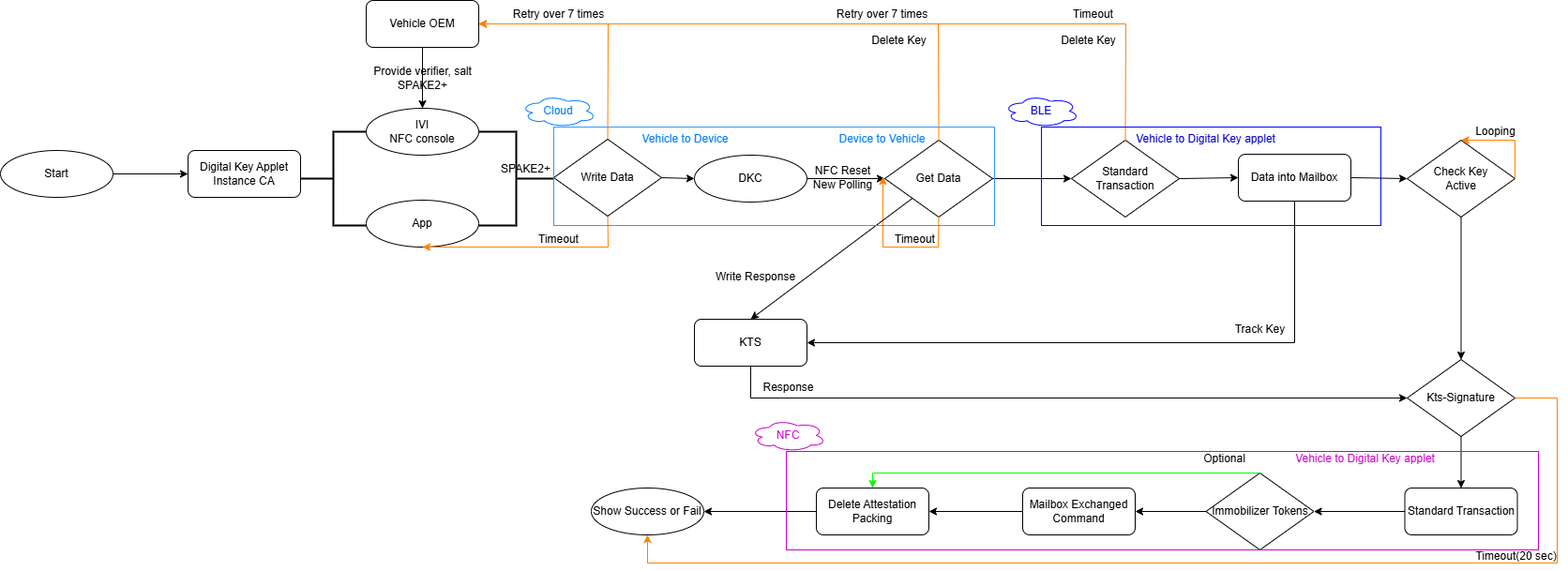
Before: Present_OwnerParing.drawio.png, a diagram exported from draw.io (LaurenHsu31/DKC). Source tidied: cells renumbered, new cells last; positions are measured from the earlier drawing's top-left corner, leaving out a move shared by most shapes.
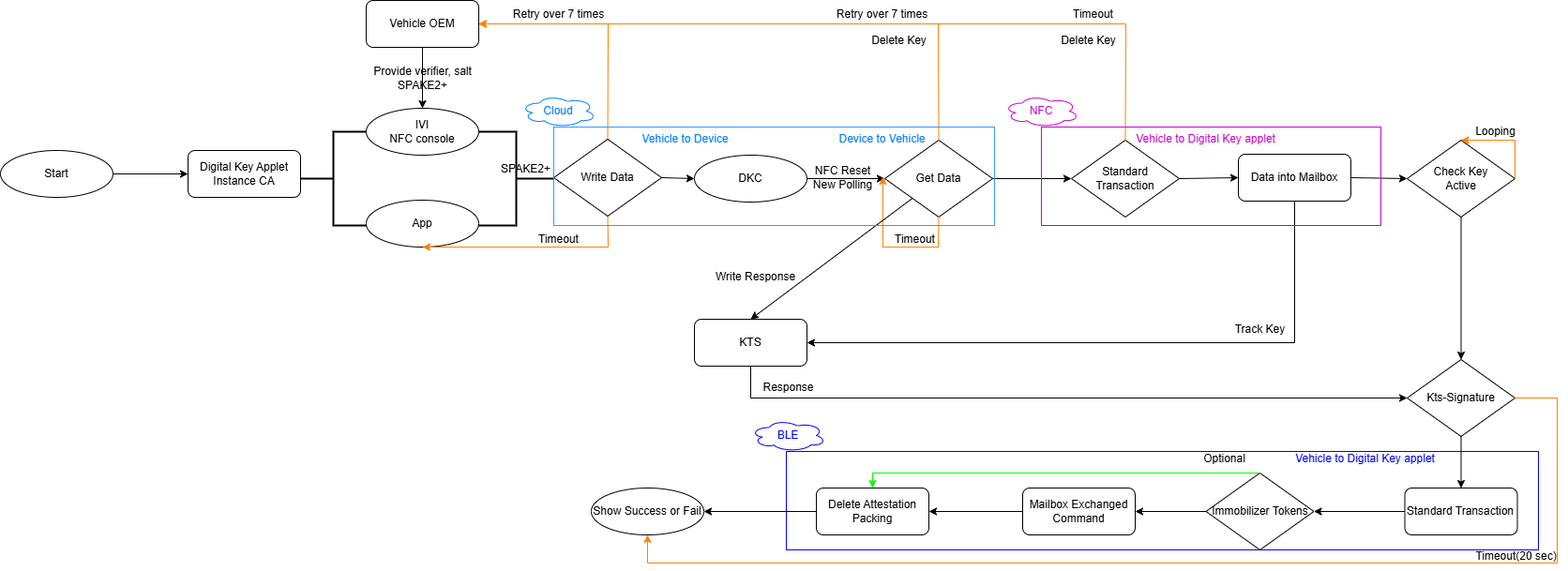
After the commit.

Change to the diagram source:
```diff
@@ -234,25 +234,25 @@
     <mxCell id="64" value="&lt;font style=&quot;color: rgb(0, 127, 255);&quot;&gt;Device to Vehicle&lt;/font&gt;" style="text;html=1;align=center;verticalAlign=middle;strokeColor=none;fillColor=none;" parent="1" vertex="1">
       <mxGeometry x="880" y="133" width="120" height="30" as="geometry" />
     </mxCell>
-    <mxCell id="65" style="rounded=0;whiteSpace=wrap;html=1;fillColor=none;strokeColor=#0000FF;" parent="1" vertex="1">
+    <mxCell id="65" style="rounded=0;whiteSpace=wrap;html=1;fillColor=none;strokeColor=#CC00CC;" parent="1" vertex="1">
       <mxGeometry x="1110" y="135" width="362" height="105" as="geometry" />
     </mxCell>
-    <mxCell id="66" value="&lt;font style=&quot;color: rgb(0, 0, 204);&quot;&gt;Vehicle to Digital Key applet&lt;/font&gt;" style="text;html=1;align=center;verticalAlign=middle;strokeColor=none;fillColor=none;" parent="1" vertex="1">
+    <mxCell id="66" value="&lt;font style=&quot;color: rgb(204, 0, 204);&quot;&gt;Vehicle to Digital Key applet&lt;/font&gt;" style="text;html=1;align=center;verticalAlign=middle;strokeColor=none;fillColor=none;" parent="1" vertex="1">
       <mxGeometry x="1200" y="133" width="170" height="30" as="geometry" />
     </mxCell>
-    <mxCell id="67" style="rounded=0;whiteSpace=wrap;html=1;fillColor=none;strokeColor=#CC00CC;" parent="1" vertex="1">
+    <mxCell id="67" style="rounded=0;whiteSpace=wrap;html=1;fillColor=none;strokeColor=#0000FF;" parent="1" vertex="1">
       <mxGeometry x="838" y="481" width="802" height="105" as="geometry" />
     </mxCell>
-    <mxCell id="68" value="&lt;font style=&quot;color: rgb(204, 0, 204);&quot;&gt;Vehicle to Digital Key applet&lt;/font&gt;" style="text;html=1;align=center;verticalAlign=middle;strokeColor=none;fillColor=none;" parent="1" vertex="1">
+    <mxCell id="68" value="&lt;font style=&quot;color: rgb(0, 0, 255);&quot;&gt;Vehicle to Digital Key applet&lt;/font&gt;" style="text;html=1;align=center;verticalAlign=middle;strokeColor=none;fillColor=none;" parent="1" vertex="1">
       <mxGeometry x="1370" y="474" width="170" height="30" as="geometry" />
     </mxCell>
     <mxCell id="69" value="&lt;font style=&quot;color: rgb(0, 127, 255);&quot;&gt;Cloud&lt;/font&gt;" style="ellipse;shape=cloud;whiteSpace=wrap;html=1;strokeColor=#007FFF;" parent="1" vertex="1">
       <mxGeometry x="555" y="101" width="80" height="34" as="geometry" />
     </mxCell>
-    <mxCell id="70" value="&lt;font style=&quot;color: rgb(0, 0, 204);&quot;&gt;BLE&lt;/font&gt;" style="ellipse;shape=cloud;whiteSpace=wrap;html=1;strokeColor=#0000FF;" parent="1" vertex="1">
+    <mxCell id="70" value="&lt;font style=&quot;color: rgb(204, 0, 204);&quot;&gt;NFC&lt;/font&gt;" style="ellipse;shape=cloud;whiteSpace=wrap;html=1;strokeColor=#CC00CC;" parent="1" vertex="1">
       <mxGeometry x="1070" y="101" width="80" height="34" as="geometry" />
     </mxCell>
-    <mxCell id="71" value="&lt;font style=&quot;color: rgb(204, 0, 204);&quot;&gt;NFC&lt;/font&gt;" style="ellipse;shape=cloud;whiteSpace=wrap;html=1;strokeColor=#CC00CC;" parent="1" vertex="1">
+    <mxCell id="71" value="&lt;font style=&quot;color: rgb(0, 0, 255);&quot;&gt;BLE&lt;/font&gt;" style="ellipse;shape=cloud;whiteSpace=wrap;html=1;strokeColor=#0000FF;" parent="1" vertex="1">
       <mxGeometry x="800" y="447" width="80" height="34" as="geometry" />
     </mxCell>
   </root>
```
